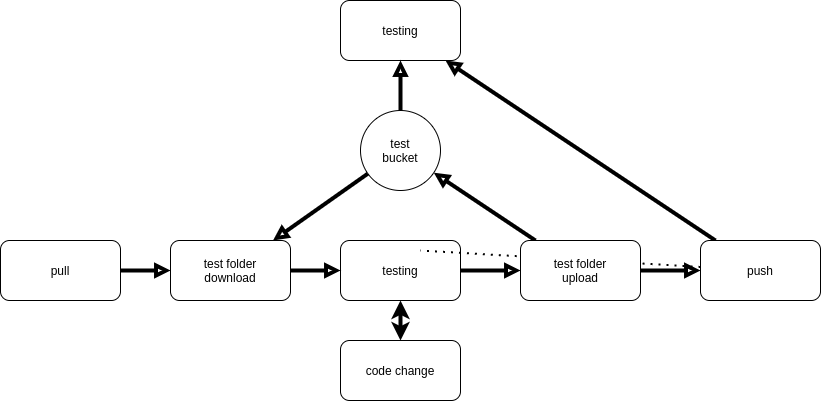
Earlier version of the draw.io export test-flow.png (pcjedi/basic-Schulung). Source tidied: cells renumbered, new cells last; positions are measured from the earlier drawing's top-left corner, leaving out a move shared by most shapes. The source it was exported from:
```xml
<mxGraphModel>
  <root>
    <mxCell id="0" />
    <mxCell id="1" parent="0" />
    <mxCell id="2" style="edgeStyle=none;rounded=0;jettySize=auto;html=1;startArrow=none;startFill=0;endArrow=block;endFill=0;strokeWidth=4;" parent="1" edge="1" source="19" target="18">
      <mxGeometry relative="1" as="geometry" />
    </mxCell>
    <mxCell id="3" style="edgeStyle=none;rounded=0;jettySize=auto;html=1;startArrow=none;startFill=0;endArrow=block;endFill=0;strokeWidth=4;" parent="1" edge="1" source="19" target="14">
      <mxGeometry relative="1" as="geometry" />
    </mxCell>
    <mxCell id="4" style="edgeStyle=none;rounded=0;jettySize=auto;html=1;startArrow=none;startFill=0;endArrow=block;endFill=0;strokeWidth=4;" parent="1" edge="1" source="5" target="19">
      <mxGeometry relative="1" as="geometry" />
    </mxCell>
    <mxCell id="5" value="testing" style="rounded=1;whiteSpace=wrap;html=1;" parent="1" vertex="1">
      <mxGeometry x="340" y="240" width="120" height="60" as="geometry" />
    </mxCell>
    <mxCell id="6" value="code change" style="rounded=1;whiteSpace=wrap;html=1;" parent="1" vertex="1">
      <mxGeometry x="340" y="340" width="120" height="60" as="geometry" />
    </mxCell>
    <mxCell id="7" style="endArrow=classic;startArrow=classic;html=1;strokeWidth=4;" parent="1" edge="1" source="6" target="5">
      <mxGeometry relative="1" as="geometry" />
    </mxCell>
    <mxCell id="8" style="edgeStyle=none;rounded=0;jettySize=auto;html=1;startArrow=none;startFill=0;endArrow=block;endFill=0;strokeWidth=4;" parent="1" edge="1" source="18" target="9">
      <mxGeometry relative="1" as="geometry" />
    </mxCell>
    <mxCell id="9" value="testing" style="rounded=1;whiteSpace=wrap;html=1;" parent="1" vertex="1">
      <mxGeometry x="340" width="120" height="60" as="geometry" />
    </mxCell>
    <mxCell id="10" value="pull" style="rounded=1;whiteSpace=wrap;html=1;" parent="1" vertex="1">
      <mxGeometry y="240" width="120" height="60" as="geometry" />
    </mxCell>
    <mxCell id="11" style="endArrow=none;startArrow=block;html=1;startFill=0;endFill=0;strokeWidth=4;" parent="1" edge="1" source="16" target="10">
      <mxGeometry relative="1" as="geometry" />
    </mxCell>
    <mxCell id="12" style="rounded=0;jettySize=auto;html=1;startArrow=none;startFill=0;endArrow=block;endFill=0;strokeWidth=4;" parent="1" edge="1" source="14" target="16">
      <mxGeometry relative="1" as="geometry" />
    </mxCell>
    <mxCell id="13" style="edgeStyle=none;rounded=0;jettySize=auto;html=1;startArrow=none;startFill=0;endArrow=block;endFill=0;strokeWidth=4;" parent="1" edge="1" source="14" target="9">
      <mxGeometry relative="1" as="geometry" />
    </mxCell>
    <mxCell id="14" value="test&lt;br&gt;bucket" style="ellipse;whiteSpace=wrap;html=1;" parent="1" vertex="1">
      <mxGeometry x="360" y="110" width="80" height="80" as="geometry" />
    </mxCell>
    <mxCell id="15" style="edgeStyle=none;rounded=0;jettySize=auto;html=1;startArrow=none;startFill=0;endArrow=block;endFill=0;strokeWidth=4;" parent="1" edge="1" source="16" target="5">
      <mxGeometry relative="1" as="geometry" />
    </mxCell>
    <mxCell id="16" value="test folder&lt;br&gt;download" style="rounded=1;whiteSpace=wrap;html=1;" parent="1" vertex="1">
      <mxGeometry x="170" y="240" width="120" height="60" as="geometry" />
    </mxCell>
    <mxCell id="17" style="endArrow=none;dashed=1;html=1;dashPattern=1 3;strokeWidth=2;" parent="1" edge="1" source="18">
      <mxGeometry relative="1" as="geometry">
        <mxPoint x="420" y="250" as="targetPoint" />
      </mxGeometry>
    </mxCell>
    <mxCell id="18" value="push" style="rounded=1;whiteSpace=wrap;html=1;" parent="1" vertex="1">
      <mxGeometry x="700" y="240" width="120" height="60" as="geometry" />
    </mxCell>
    <mxCell id="19" value="&lt;span&gt;test folder&lt;/span&gt;&lt;br&gt;&lt;span&gt;upload&lt;/span&gt;" style="rounded=1;whiteSpace=wrap;html=1;" parent="1" vertex="1">
      <mxGeometry x="520" y="240" width="120" height="60" as="geometry" />
    </mxCell>
  </root>
</mxGraphModel>
```
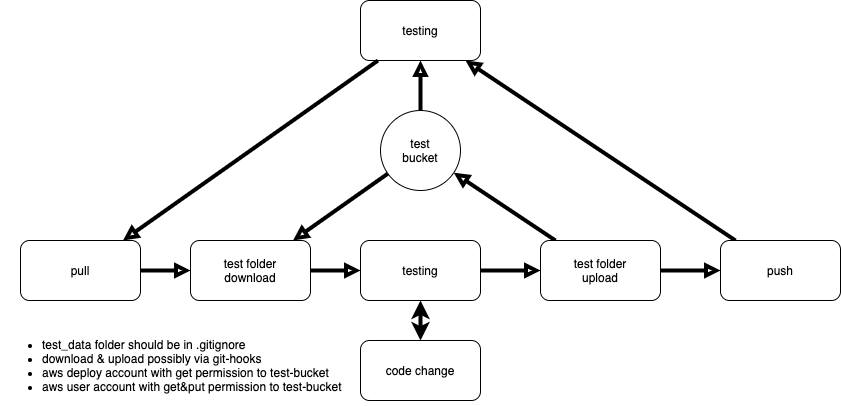
The same diagram one commit later.

What changed in the source:
```diff
@@ -47,16 +47,17 @@
     <mxCell id="16" value="test folder&lt;br&gt;download" style="rounded=1;whiteSpace=wrap;html=1;" parent="1" vertex="1">
       <mxGeometry x="170" y="240" width="120" height="60" as="geometry" />
     </mxCell>
-    <mxCell id="17" style="endArrow=none;dashed=1;html=1;dashPattern=1 3;strokeWidth=2;" parent="1" edge="1" source="18">
-      <mxGeometry relative="1" as="geometry">
-        <mxPoint x="420" y="250" as="targetPoint" />
-      </mxGeometry>
-    </mxCell>
     <mxCell id="18" value="push" style="rounded=1;whiteSpace=wrap;html=1;" parent="1" vertex="1">
       <mxGeometry x="700" y="240" width="120" height="60" as="geometry" />
     </mxCell>
     <mxCell id="19" value="&lt;span&gt;test folder&lt;/span&gt;&lt;br&gt;&lt;span&gt;upload&lt;/span&gt;" style="rounded=1;whiteSpace=wrap;html=1;" parent="1" vertex="1">
       <mxGeometry x="520" y="240" width="120" height="60" as="geometry" />
     </mxCell>
+    <mxCell id="20" value="&lt;ul&gt;&lt;li&gt;test_data folder should be in .gitignore&lt;/li&gt;&lt;li&gt;download &amp;amp; upload possibly via git-hooks&amp;nbsp;&lt;/li&gt;&lt;li&gt;aws deploy account with get permission to test-bucket&lt;/li&gt;&lt;li&gt;aws user account with get&amp;amp;put permission&amp;nbsp;to test-bucket&lt;/li&gt;&lt;/ul&gt;" style="text;html=1;strokeColor=none;fillColor=none;align=left;verticalAlign=middle;whiteSpace=wrap;rounded=0;" parent="1" vertex="1">
+      <mxGeometry x="-20" y="330" width="410" height="70" as="geometry" />
+    </mxCell>
+    <mxCell id="21" style="rounded=0;jettySize=auto;html=1;startArrow=none;startFill=0;endArrow=block;endFill=0;strokeWidth=4;" parent="1" edge="1" source="9" target="10">
+      <mxGeometry relative="1" as="geometry" />
+    </mxCell>
   </root>
 </mxGraphModel>
```
